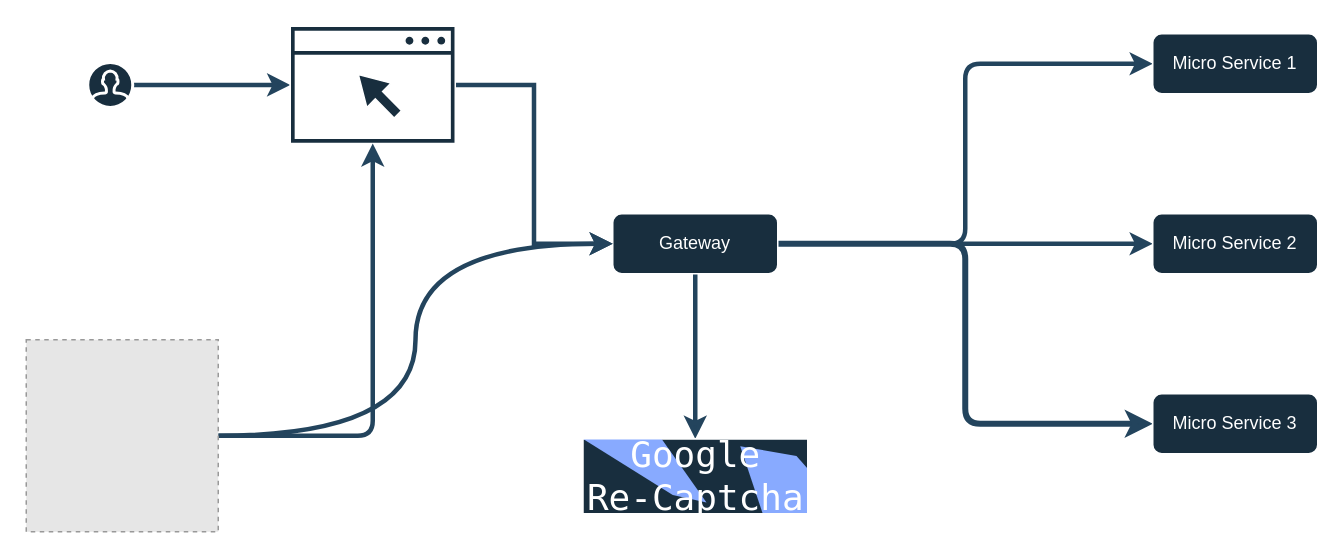
Earlier version of the draw.io diagram img/Untitled Diagram.drawio (m-thirumal/spring-cloud-gateway). Source tidied: cells renumbered, new cells numbered last; positions are measured from the earlier drawing's top-left corner, leaving out a move shared by most shapes. Both pictures are drawn from the tidied source at 150%, with x=0, y=0 at pixel (26, 26). Pictures stored in the file or linked from it are replaced by grey dashed boxes.
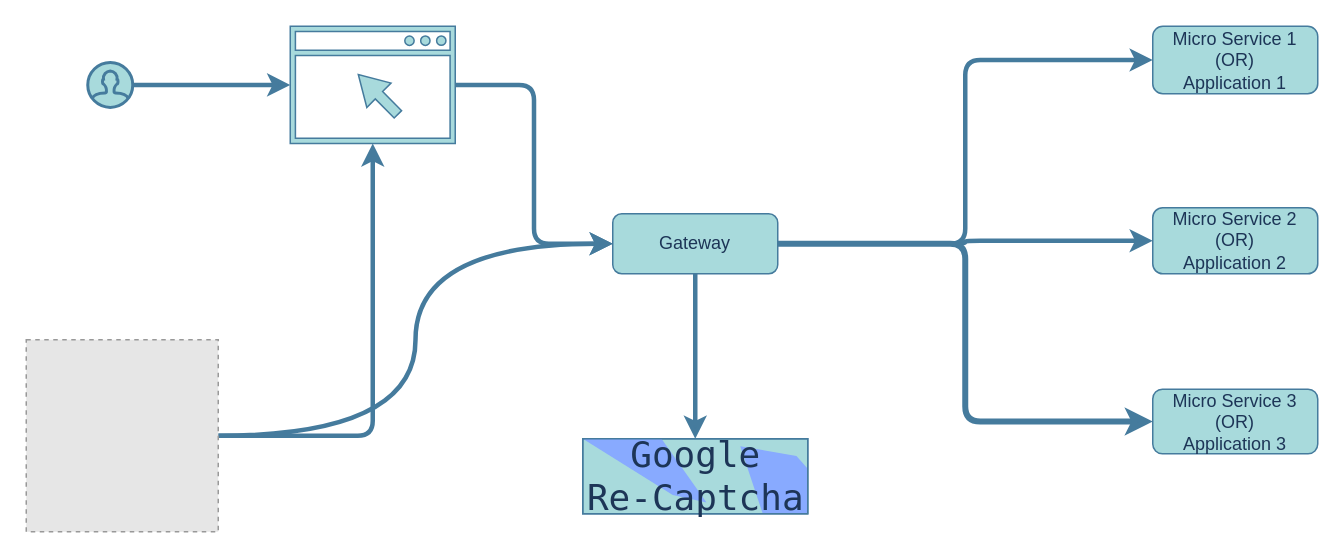
After the change.

The edit, as a diff of the source:
```diff
@@
 <mxGraphModel>
   <root>
     <mxCell id="0" />
     <mxCell id="1" parent="0" />
-    <mxCell id="2" style="edgeStyle=orthogonalEdgeStyle;rounded=0;jettySize=auto;html=1;entryX=0;entryY=0.5;entryDx=0;entryDy=0;labelBackgroundColor=none;strokeColor=#23445D;fontColor=default;strokeWidth=3;" parent="1" edge="1" source="6" target="8">
+    <mxCell id="2" style="edgeStyle=orthogonalEdgeStyle;rounded=1;jettySize=auto;html=1;entryX=0;entryY=0.5;entryDx=0;entryDy=0;labelBackgroundColor=none;strokeColor=#457B9D;fontColor=default;strokeWidth=3;" parent="1" edge="1" source="6" target="8">
       <mxGeometry relative="1" as="geometry" />
     </mxCell>
-    <mxCell id="3" style="edgeStyle=orthogonalEdgeStyle;jettySize=auto;html=1;entryX=0;entryY=0.5;entryDx=0;entryDy=0;labelBackgroundColor=none;strokeColor=#23445D;fontColor=default;rounded=1;strokeWidth=3;" parent="1" edge="1" source="6" target="7">
+    <mxCell id="3" style="edgeStyle=orthogonalEdgeStyle;jettySize=auto;html=1;entryX=0;entryY=0.5;entryDx=0;entryDy=0;labelBackgroundColor=none;strokeColor=#457B9D;fontColor=default;rounded=1;strokeWidth=3;" parent="1" edge="1" source="6" target="7">
       <mxGeometry relative="1" as="geometry" />
     </mxCell>
-    <mxCell id="4" style="edgeStyle=orthogonalEdgeStyle;rounded=1;jettySize=auto;html=1;entryX=0;entryY=0.5;entryDx=0;entryDy=0;labelBackgroundColor=none;strokeColor=#23445D;fontColor=default;strokeWidth=4;" parent="1" edge="1" source="6" target="9">
+    <mxCell id="4" style="edgeStyle=orthogonalEdgeStyle;rounded=1;jettySize=auto;html=1;entryX=0;entryY=0.5;entryDx=0;entryDy=0;labelBackgroundColor=none;strokeColor=#457B9D;fontColor=default;strokeWidth=4;" parent="1" edge="1" source="6" target="9">
       <mxGeometry relative="1" as="geometry" />
     </mxCell>
-    <mxCell id="5" style="edgeStyle=orthogonalEdgeStyle;rounded=0;jettySize=auto;html=1;labelBackgroundColor=none;strokeColor=#23445D;fontColor=default;strokeWidth=3;" parent="1" edge="1" source="6" target="10">
+    <mxCell id="5" style="edgeStyle=orthogonalEdgeStyle;rounded=1;jettySize=auto;html=1;labelBackgroundColor=none;strokeColor=#457B9D;fontColor=default;strokeWidth=3;" parent="1" edge="1" source="6" target="10">
       <mxGeometry relative="1" as="geometry" />
     </mxCell>
-    <mxCell id="6" value="Gateway" style="rounded=1;whiteSpace=wrap;html=1;fillColor=#182E3E;strokeColor=#FFFFFF;labelBackgroundColor=none;fontColor=#FFFFFF;" parent="1" vertex="1">
+    <mxCell id="6" value="Gateway" style="rounded=1;whiteSpace=wrap;html=1;fillColor=#A8DADC;strokeColor=#457B9D;labelBackgroundColor=none;fontColor=#1D3557;" parent="1" vertex="1">
       <mxGeometry x="391" y="125" width="110" height="40" as="geometry" />
     </mxCell>
-    <mxCell id="7" value="Micro Service 1" style="rounded=1;whiteSpace=wrap;html=1;fillColor=#182E3E;strokeColor=#FFFFFF;labelBackgroundColor=none;fontColor=#FFFFFF;" parent="1" vertex="1">
-      <mxGeometry x="751" y="5" width="110" height="40" as="geometry" />
+    <mxCell id="7" value="&lt;div&gt;Micro Service 1&lt;/div&gt;&lt;div&gt;(OR)&lt;/div&gt;&lt;div&gt;Application 1&lt;br&gt;&lt;/div&gt;" style="rounded=1;whiteSpace=wrap;html=1;fillColor=#A8DADC;strokeColor=#457B9D;labelBackgroundColor=none;fontColor=#1D3557;" parent="1" vertex="1">
+      <mxGeometry x="751" width="110" height="45" as="geometry" />
     </mxCell>
-    <mxCell id="8" value="Micro Service 2" style="rounded=1;whiteSpace=wrap;html=1;fillColor=#182E3E;strokeColor=#FFFFFF;labelBackgroundColor=none;fontColor=#FFFFFF;" parent="1" vertex="1">
-      <mxGeometry x="751" y="125" width="110" height="40" as="geometry" />
+    <mxCell id="8" value="&lt;div&gt;Micro Service 2 (OR)&lt;/div&gt;&lt;div&gt;Application 2&lt;br&gt;&lt;/div&gt;" style="rounded=1;whiteSpace=wrap;html=1;fillColor=#A8DADC;strokeColor=#457B9D;labelBackgroundColor=none;fontColor=#1D3557;" parent="1" vertex="1">
+      <mxGeometry x="751" y="121" width="110" height="44" as="geometry" />
     </mxCell>
-    <mxCell id="9" value="Micro Service 3" style="rounded=1;whiteSpace=wrap;html=1;fillColor=#182E3E;strokeColor=#FFFFFF;labelBackgroundColor=none;fontColor=#FFFFFF;" parent="1" vertex="1">
-      <mxGeometry x="751" y="245" width="110" height="40" as="geometry" />
+    <mxCell id="9" value="&lt;div&gt;Micro Service 3&lt;/div&gt;&lt;div&gt;(OR)&lt;/div&gt;&lt;div&gt;Application 3&lt;br&gt;&lt;/div&gt;" style="rounded=1;whiteSpace=wrap;html=1;fillColor=#A8DADC;strokeColor=#457B9D;labelBackgroundColor=none;fontColor=#1D3557;" parent="1" vertex="1">
+      <mxGeometry x="751" y="242" width="110" height="43" as="geometry" />
     </mxCell>
-    <mxCell id="10" value="&lt;div style=&quot;font-size: 24px;&quot;&gt;&lt;font style=&quot;font-size: 24px;&quot; face=&quot;Lucida Console&quot;&gt;Google &lt;br&gt;&lt;/font&gt;&lt;/div&gt;&lt;div style=&quot;font-size: 24px;&quot;&gt;&lt;font style=&quot;font-size: 24px;&quot; face=&quot;Lucida Console&quot;&gt;Re-Captcha&lt;font style=&quot;font-size: 24px;&quot;&gt;&lt;br&gt;&lt;/font&gt;&lt;/font&gt;&lt;/div&gt;" style="strokeWidth=1;shadow=0;dashed=0;align=center;html=1;shape=mxgraph.mockup.text.captcha;fontColor=#FFFFFF;fontSize=25;strokeColor=#FFFFFF;mainText=;labelBackgroundColor=none;fillColor=#182E3E;" parent="1" vertex="1">
+    <mxCell id="10" value="&lt;div style=&quot;font-size: 24px;&quot;&gt;&lt;font style=&quot;font-size: 24px;&quot; face=&quot;Lucida Console&quot;&gt;Google &lt;br&gt;&lt;/font&gt;&lt;/div&gt;&lt;div style=&quot;font-size: 24px;&quot;&gt;&lt;font style=&quot;font-size: 24px;&quot; face=&quot;Lucida Console&quot;&gt;Re-Captcha&lt;font style=&quot;font-size: 24px;&quot;&gt;&lt;br&gt;&lt;/font&gt;&lt;/font&gt;&lt;/div&gt;" style="strokeWidth=1;shadow=0;dashed=0;align=center;html=1;shape=mxgraph.mockup.text.captcha;fontColor=#1D3557;fontSize=25;strokeColor=#457B9D;mainText=;labelBackgroundColor=none;fillColor=#A8DADC;rounded=1;" parent="1" vertex="1">
       <mxGeometry x="371" y="275" width="150" height="50" as="geometry" />
     </mxCell>
-    <mxCell id="11" style="edgeStyle=orthogonalEdgeStyle;rounded=0;jettySize=auto;html=1;labelBackgroundColor=none;strokeColor=#23445D;fontColor=default;strokeWidth=3;" parent="1" edge="1" source="12" target="14">
+    <mxCell id="11" style="edgeStyle=orthogonalEdgeStyle;rounded=1;jettySize=auto;html=1;labelBackgroundColor=none;strokeColor=#457B9D;fontColor=default;strokeWidth=3;" parent="1" edge="1" source="12" target="14">
       <mxGeometry relative="1" as="geometry" />
     </mxCell>
-    <mxCell id="12" style="html=1;verticalLabelPosition=bottom;align=center;labelBackgroundColor=none;verticalAlign=top;strokeWidth=2;strokeColor=#FFFFFF;shadow=0;dashed=0;shape=mxgraph.ios7.icons.user;fillColor=#182E3E;fontColor=#FFFFFF;" parent="1" vertex="1">
+    <mxCell id="12" style="html=1;verticalLabelPosition=bottom;align=center;labelBackgroundColor=none;verticalAlign=top;strokeWidth=2;strokeColor=#457B9D;shadow=0;dashed=0;shape=mxgraph.ios7.icons.user;fillColor=#A8DADC;fontColor=#1D3557;rounded=1;" parent="1" vertex="1">
       <mxGeometry x="41" y="24.1" width="30" height="30" as="geometry" />
     </mxCell>
-    <mxCell id="13" style="edgeStyle=orthogonalEdgeStyle;rounded=0;jettySize=auto;html=1;entryX=0;entryY=0.5;entryDx=0;entryDy=0;labelBackgroundColor=none;strokeColor=#23445D;fontColor=default;strokeWidth=3;" parent="1" edge="1" source="14" target="6">
+    <mxCell id="13" style="edgeStyle=orthogonalEdgeStyle;rounded=1;jettySize=auto;html=1;entryX=0;entryY=0.5;entryDx=0;entryDy=0;labelBackgroundColor=none;strokeColor=#457B9D;fontColor=default;strokeWidth=3;" parent="1" edge="1" source="14" target="6">
       <mxGeometry relative="1" as="geometry" />
     </mxCell>
-    <mxCell id="14" style="sketch=0;shadow=0;dashed=0;html=1;strokeColor=#FFFFFF;fillColor=#182E3E;labelPosition=center;verticalLabelPosition=bottom;verticalAlign=top;align=center;outlineConnect=0;shape=mxgraph.vvd.web_browser;labelBackgroundColor=none;fontColor=#FFFFFF;" parent="1" vertex="1">
+    <mxCell id="14" style="shadow=0;dashed=0;html=1;strokeColor=#457B9D;fillColor=#A8DADC;labelPosition=center;verticalLabelPosition=bottom;verticalAlign=top;align=center;outlineConnect=0;shape=mxgraph.vvd.web_browser;labelBackgroundColor=none;fontColor=#1D3557;rounded=1;" parent="1" vertex="1">
       <mxGeometry x="176" width="110" height="78.1" as="geometry" />
     </mxCell>
-    <mxCell id="15" style="edgeStyle=orthogonalEdgeStyle;rounded=1;jettySize=auto;html=1;labelBackgroundColor=none;strokeColor=#23445D;fontColor=default;strokeWidth=3;" parent="1" edge="1" source="17" target="14">
+    <mxCell id="15" style="edgeStyle=orthogonalEdgeStyle;rounded=1;jettySize=auto;html=1;labelBackgroundColor=none;strokeColor=#457B9D;fontColor=default;strokeWidth=3;" parent="1" edge="1" source="17" target="14">
       <mxGeometry relative="1" as="geometry" />
     </mxCell>
-    <mxCell id="16" style="edgeStyle=orthogonalEdgeStyle;jettySize=auto;html=1;strokeColor=#23445D;entryX=0;entryY=0.5;entryDx=0;entryDy=0;curved=1;strokeWidth=3;" parent="1" edge="1" source="17" target="6">
+    <mxCell id="16" style="edgeStyle=orthogonalEdgeStyle;jettySize=auto;html=1;strokeColor=#457B9D;entryX=0;entryY=0.5;entryDx=0;entryDy=0;curved=1;strokeWidth=3;rounded=1;labelBackgroundColor=none;fontColor=default;" parent="1" edge="1" source="17" target="6">
       <mxGeometry relative="1" as="geometry" />
     </mxCell>
-    <mxCell id="17" style="fillColor=#E6E6E6;strokeColor=#999999;dashed=1;html=1;verticalAlign=top;verticalLabelPosition=bottom;labelBackgroundColor=none;fontColor=#FFFFFF;" parent="1" vertex="1">
+    <mxCell id="17" style="fillColor=#E6E6E6;strokeColor=#999999;dashed=1;html=1;verticalAlign=top;verticalLabelPosition=bottom;labelBackgroundColor=none;fontColor=#1D3557;" parent="1" vertex="1">
       <mxGeometry y="209" width="128" height="128" as="geometry" />
     </mxCell>
   </root>
 </mxGraphModel>
```
